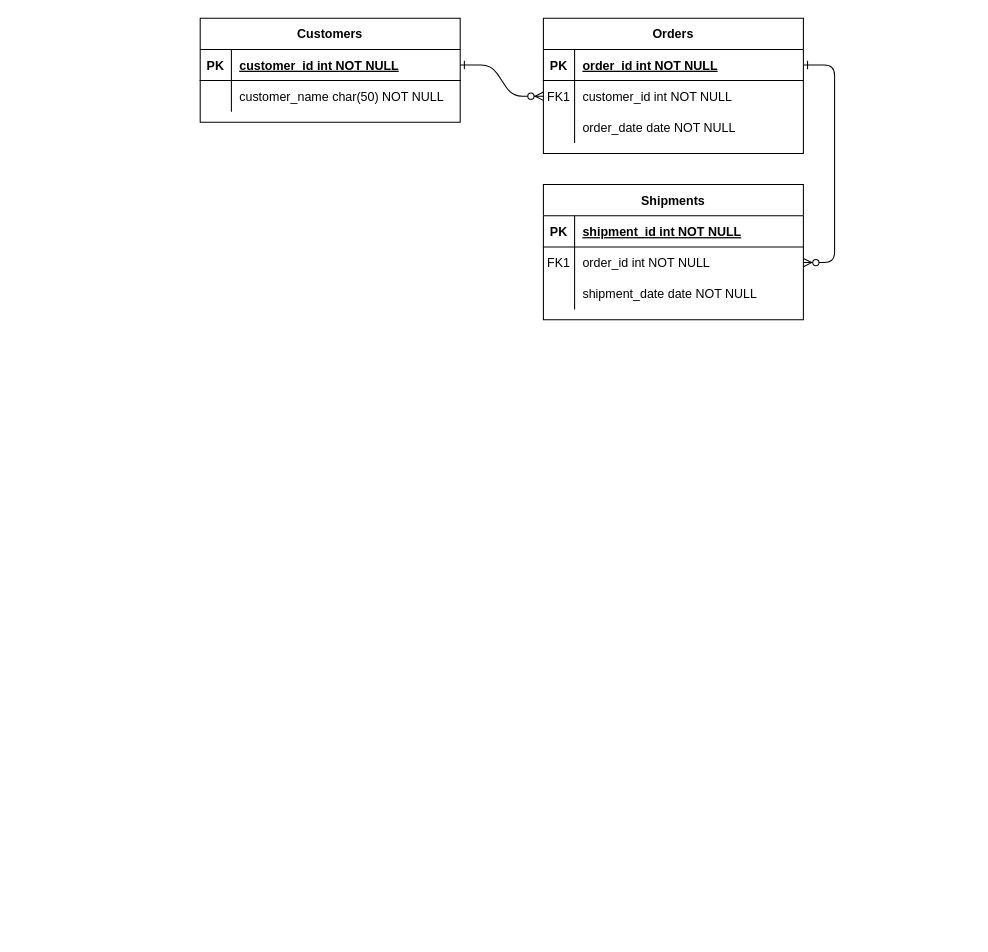
This is Untitled Diagram.drawio from SeunghoonSeunghoon/My_results, a draw.io file, before an edit. Source tidied: cells renumbered, new cells numbered last; positions are measured from the earlier drawing's top-left corner, leaving out a move shared by most shapes. Both pictures are drawn from the tidied source at 104%, with x=0, y=0 at pixel (200, 18).
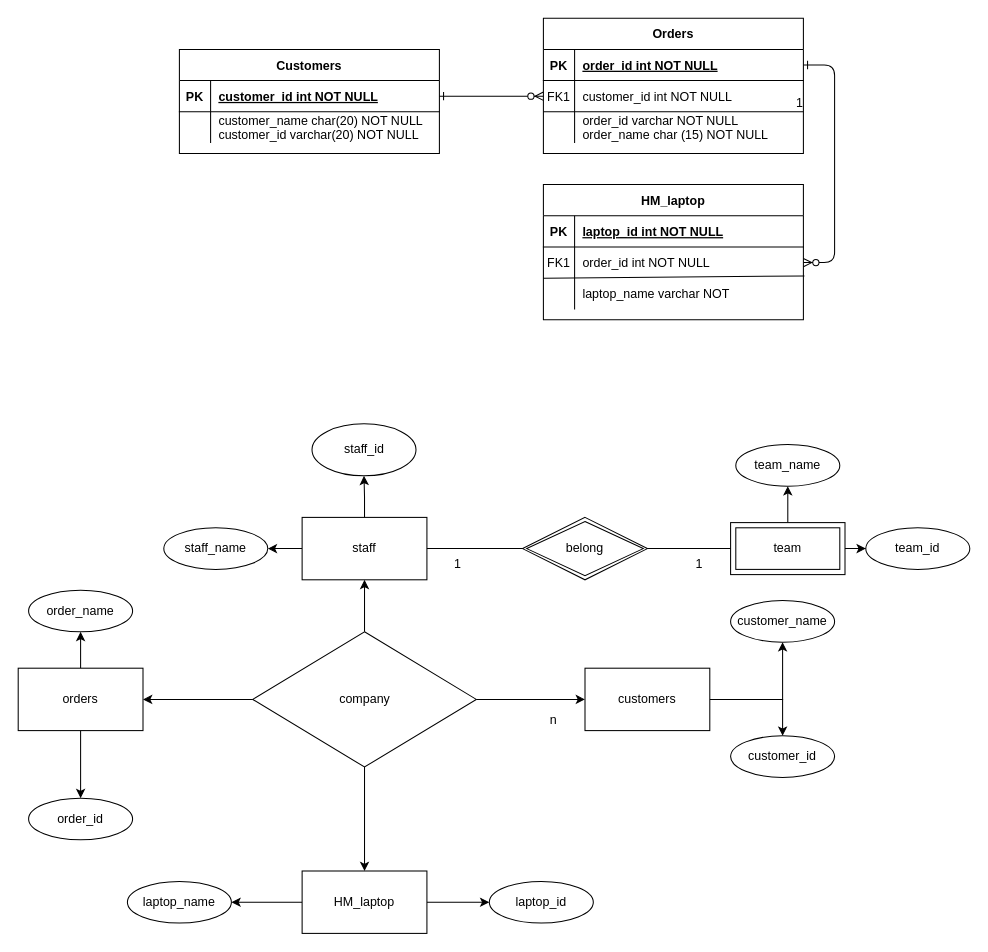
The same page after the edit.

The change refers to these unchanged cells:
```xml
<mxCell id="11" style="shape=partialRectangle;fillColor=none;top=0;left=0;right=0;bottom=0;" parent="4" vertex="1">
  <mxGeometry y="90" width="250" height="30" as="geometry" />
</mxCell>
<mxCell id="15" style="shape=partialRectangle;fillColor=none;top=0;left=0;right=0;bottom=1;" parent="14" vertex="1">
  <mxGeometry y="30" width="250" height="30" as="geometry" />
</mxCell>
<mxCell id="21" style="shape=partialRectangle;fillColor=none;points=[[0,0.5],[1,0.5]];portConstraint=eastwest;top=0;left=0;right=0;bottom=0;" parent="14" vertex="1">
  <mxGeometry y="90" width="250" height="30" as="geometry" />
</mxCell>
<mxCell id="28" style="shape=partialRectangle;fillColor=none;top=0;left=0;right=0;bottom=0;" parent="24" vertex="1">
  <mxGeometry y="60" width="250" height="30" as="geometry" />
</mxCell>
```

Diff of the diagram source:
```diff
@@
-    <mxCell id="13" value="order_date date NOT NULL" style="shape=partialRectangle;overflow=hidden;fillColor=none;top=0;left=0;bottom=0;right=0;align=left;spacingLeft=6;" parent="11" vertex="1">
+    <mxCell id="13" value="order_id varchar NOT NULL&#10;order_name char (15) NOT NULL" style="shape=partialRectangle;overflow=hidden;fillColor=none;top=0;left=0;bottom=0;right=0;align=left;spacingLeft=6;" parent="11" vertex="1">
       <mxGeometry x="30" width="220" height="30" as="geometry" />
     </mxCell>
-    <mxCell id="14" value="Shipments" style="shape=table;startSize=30;childLayout=tableLayout;rowLines=0;fontStyle=1;align=center;" parent="1" vertex="1">
+    <mxCell id="14" value="HM_laptop" style="shape=table;startSize=30;childLayout=tableLayout;rowLines=0;fontStyle=1;align=center;" parent="1" vertex="1">
       <mxGeometry x="330" y="160" width="250" height="130" as="geometry" />
     </mxCell>
@@
-    <mxCell id="17" value="shipment_id int NOT NULL " style="shape=partialRectangle;overflow=hidden;fillColor=none;top=0;left=0;bottom=0;right=0;align=left;spacingLeft=6;fontStyle=5;" parent="15" vertex="1">
+    <mxCell id="17" value="laptop_id int NOT NULL " style="shape=partialRectangle;overflow=hidden;fillColor=none;top=0;left=0;bottom=0;right=0;align=left;spacingLeft=6;fontStyle=5;" parent="15" vertex="1">
       <mxGeometry x="30" width="220" height="30" as="geometry" />
     </mxCell>
@@
-    <mxCell id="23" value="shipment_date date NOT NULL" style="shape=partialRectangle;overflow=hidden;fillColor=none;top=0;left=0;bottom=0;right=0;align=left;spacingLeft=6;" parent="21" vertex="1">
+    <mxCell id="23" value="laptop_name varchar NOT" style="shape=partialRectangle;overflow=hidden;fillColor=none;top=0;left=0;bottom=0;right=0;align=left;spacingLeft=6;" parent="21" vertex="1">
       <mxGeometry x="30" width="220" height="30" as="geometry" />
     </mxCell>
     <mxCell id="24" value="Customers" style="shape=table;startSize=30;childLayout=tableLayout;rowLines=0;fontStyle=1;align=center;" parent="1" vertex="1">
-      <mxGeometry width="250" height="100" as="geometry" />
+      <mxGeometry x="-20" y="30" width="250" height="100" as="geometry" />
     </mxCell>
@@
-    <mxCell id="30" value="customer_name char(50) NOT NULL" style="shape=partialRectangle;overflow=hidden;fillColor=none;top=0;left=0;bottom=0;right=0;align=left;spacingLeft=6;" parent="28" vertex="1">
+    <mxCell id="30" value="customer_name char(20) NOT NULL&#10;customer_id varchar(20) NOT NULL" style="shape=partialRectangle;overflow=hidden;fillColor=none;top=0;left=0;bottom=0;right=0;align=left;spacingLeft=6;" parent="28" vertex="1">
       <mxGeometry x="30" width="220" height="30" as="geometry" />
     </mxCell>
+    <mxCell id="31" style="edgeStyle=orthogonalEdgeStyle;rounded=0;jettySize=auto;html=1;entryX=0;entryY=0.5;entryDx=0;entryDy=0;" parent="1" edge="1" source="35" target="41">
+      <mxGeometry relative="1" as="geometry" />
+    </mxCell>
+    <mxCell id="32" style="edgeStyle=orthogonalEdgeStyle;rounded=0;jettySize=auto;html=1;exitX=0.5;exitY=0;exitDx=0;exitDy=0;entryX=0.5;entryY=1;entryDx=0;entryDy=0;" parent="1" edge="1" source="35" target="47">
+      <mxGeometry relative="1" as="geometry" />
+    </mxCell>
+    <mxCell id="33" style="edgeStyle=orthogonalEdgeStyle;rounded=0;jettySize=auto;html=1;" parent="1" edge="1" source="35" target="44">
+      <mxGeometry relative="1" as="geometry" />
+    </mxCell>
+    <mxCell id="34" style="edgeStyle=orthogonalEdgeStyle;rounded=0;jettySize=auto;html=1;entryX=1;entryY=0.5;entryDx=0;entryDy=0;" parent="1" edge="1" source="35" target="38">
+      <mxGeometry relative="1" as="geometry" />
+    </mxCell>
+    <mxCell id="35" value="company" style="rhombus;whiteSpace=wrap;html=1;" parent="1" vertex="1">
+      <mxGeometry x="50.5" y="590" width="215" height="130" as="geometry" />
+    </mxCell>
+    <mxCell id="36" style="edgeStyle=orthogonalEdgeStyle;rounded=0;jettySize=auto;html=1;entryX=0.5;entryY=0;entryDx=0;entryDy=0;" parent="1" edge="1" source="38" target="60">
+      <mxGeometry relative="1" as="geometry" />
+    </mxCell>
+    <mxCell id="37" style="edgeStyle=orthogonalEdgeStyle;rounded=0;jettySize=auto;html=1;entryX=0.5;entryY=1;entryDx=0;entryDy=0;" parent="1" edge="1" source="38" target="61">
+      <mxGeometry relative="1" as="geometry" />
+    </mxCell>
+    <mxCell id="38" value="orders" style="rounded=0;whiteSpace=wrap;html=1;" parent="1" vertex="1">
+      <mxGeometry x="-175" y="625" width="120" height="60" as="geometry" />
+    </mxCell>
+    <mxCell id="39" style="edgeStyle=orthogonalEdgeStyle;rounded=0;jettySize=auto;html=1;entryX=0.5;entryY=0;entryDx=0;entryDy=0;" parent="1" edge="1" source="41" target="57">
+      <mxGeometry relative="1" as="geometry" />
+    </mxCell>
+    <mxCell id="40" style="edgeStyle=orthogonalEdgeStyle;rounded=0;jettySize=auto;html=1;entryX=0.5;entryY=1;entryDx=0;entryDy=0;" parent="1" edge="1" source="41" target="59">
+      <mxGeometry relative="1" as="geometry" />
+    </mxCell>
+    <mxCell id="41" value="customers" style="rounded=0;whiteSpace=wrap;html=1;" parent="1" vertex="1">
+      <mxGeometry x="370" y="625" width="120" height="60" as="geometry" />
+    </mxCell>
+    <mxCell id="42" style="edgeStyle=orthogonalEdgeStyle;rounded=0;jettySize=auto;html=1;exitX=0;exitY=0.5;exitDx=0;exitDy=0;entryX=1;entryY=0.5;entryDx=0;entryDy=0;" parent="1" edge="1" source="44" target="62">
+      <mxGeometry relative="1" as="geometry" />
+    </mxCell>
+    <mxCell id="43" style="edgeStyle=orthogonalEdgeStyle;rounded=0;jettySize=auto;html=1;entryX=0;entryY=0.5;entryDx=0;entryDy=0;" parent="1" edge="1" source="44" target="67">
+      <mxGeometry relative="1" as="geometry" />
+    </mxCell>
+    <mxCell id="44" value="HM_laptop" style="rounded=0;whiteSpace=wrap;html=1;" parent="1" vertex="1">
+      <mxGeometry x="98" y="820" width="120" height="60" as="geometry" />
+    </mxCell>
+    <mxCell id="45" style="edgeStyle=orthogonalEdgeStyle;rounded=0;jettySize=auto;html=1;entryX=0.5;entryY=1;entryDx=0;entryDy=0;" parent="1" edge="1" source="47" target="50">
+      <mxGeometry relative="1" as="geometry" />
+    </mxCell>
+    <mxCell id="46" style="edgeStyle=orthogonalEdgeStyle;rounded=0;jettySize=auto;html=1;entryX=1;entryY=0.5;entryDx=0;entryDy=0;" parent="1" edge="1" source="47" target="66">
+      <mxGeometry relative="1" as="geometry" />
+    </mxCell>
+    <mxCell id="47" value="staff" style="rounded=0;whiteSpace=wrap;html=1;" parent="1" vertex="1">
+      <mxGeometry x="98" y="480" width="120" height="60" as="geometry" />
+    </mxCell>
+    <mxCell id="48" value="1" style="text;html=1;strokeColor=none;fillColor=none;align=center;verticalAlign=middle;whiteSpace=wrap;rounded=0;" parent="1" vertex="1">
+      <mxGeometry x="218" y="510" width="60" height="30" as="geometry" />
+    </mxCell>
+    <mxCell id="49" value="n" style="text;html=1;strokeColor=none;fillColor=none;align=center;verticalAlign=middle;whiteSpace=wrap;rounded=0;" parent="1" vertex="1">
+      <mxGeometry x="310" y="660" width="60" height="30" as="geometry" />
+    </mxCell>
+    <mxCell id="50" value="staff_id" style="ellipse;whiteSpace=wrap;html=1;" parent="1" vertex="1">
+      <mxGeometry x="107.5" y="390" width="100" height="50" as="geometry" />
+    </mxCell>
+    <mxCell id="51" style="edgeStyle=orthogonalEdgeStyle;rounded=0;jettySize=auto;html=1;exitX=1;exitY=0.5;exitDx=0;exitDy=0;endArrow=none;" parent="1" edge="1" source="47" target="52">
+      <mxGeometry relative="1" as="geometry" />
+    </mxCell>
+    <mxCell id="52" value="belong" style="shape=rhombus;double=1;perimeter=rhombusPerimeter;whiteSpace=wrap;html=1;align=center;" parent="1" vertex="1">
+      <mxGeometry x="310" y="480" width="120" height="60" as="geometry" />
+    </mxCell>
+    <mxCell id="53" style="edgeStyle=orthogonalEdgeStyle;rounded=0;jettySize=auto;html=1;entryX=0.5;entryY=1;entryDx=0;entryDy=0;" parent="1" edge="1" source="55" target="63">
+      <mxGeometry relative="1" as="geometry" />
+    </mxCell>
+    <mxCell id="54" style="edgeStyle=orthogonalEdgeStyle;rounded=0;jettySize=auto;html=1;" parent="1" edge="1" source="55" target="65">
+      <mxGeometry relative="1" as="geometry" />
+    </mxCell>
+    <mxCell id="55" value="team" style="shape=ext;margin=3;double=1;whiteSpace=wrap;html=1;align=center;" parent="1" vertex="1">
+      <mxGeometry x="510" y="485" width="110" height="50" as="geometry" />
+    </mxCell>
+    <mxCell id="56" style="endArrow=none;html=1;rounded=0;entryX=0;entryY=0.5;entryDx=0;entryDy=0;exitX=1;exitY=0.5;exitDx=0;exitDy=0;" parent="1" edge="1" source="52" target="55">
+      <mxGeometry relative="1" as="geometry" />
+    </mxCell>
+    <mxCell id="57" value="customer_id" style="ellipse;whiteSpace=wrap;html=1;align=center;" parent="1" vertex="1">
+      <mxGeometry x="510" y="690" width="100" height="40" as="geometry" />
+    </mxCell>
+    <mxCell id="58" style="edgeStyle=orthogonalEdgeStyle;rounded=0;orthogonalLoop=1;jettySize=auto;html=1;exitX=0.5;exitY=1;exitDx=0;exitDy=0;" parent="1" edge="1" source="57" target="57">
+      <mxGeometry relative="1" as="geometry" />
+    </mxCell>
+    <mxCell id="59" value="customer_name" style="ellipse;whiteSpace=wrap;html=1;align=center;" parent="1" vertex="1">
+      <mxGeometry x="510" y="560" width="100" height="40" as="geometry" />
+    </mxCell>
+    <mxCell id="60" value="order_id" style="ellipse;whiteSpace=wrap;html=1;align=center;" parent="1" vertex="1">
+      <mxGeometry x="-165" y="750" width="100" height="40" as="geometry" />
+    </mxCell>
+    <mxCell id="61" value="order_name" style="ellipse;whiteSpace=wrap;html=1;align=center;" parent="1" vertex="1">
+      <mxGeometry x="-165" y="550" width="100" height="40" as="geometry" />
+    </mxCell>
+    <mxCell id="62" value="laptop_name" style="ellipse;whiteSpace=wrap;html=1;align=center;" parent="1" vertex="1">
+      <mxGeometry x="-70" y="830" width="100" height="40" as="geometry" />
+    </mxCell>
+    <mxCell id="63" value="team_name" style="ellipse;whiteSpace=wrap;html=1;align=center;" parent="1" vertex="1">
+      <mxGeometry x="515" y="410" width="100" height="40" as="geometry" />
+    </mxCell>
+    <mxCell id="64" value="1" style="text;html=1;strokeColor=none;fillColor=none;align=center;verticalAlign=middle;whiteSpace=wrap;rounded=0;" parent="1" vertex="1">
+      <mxGeometry x="450" y="510" width="60" height="30" as="geometry" />
+    </mxCell>
+    <mxCell id="65" value="team_id" style="ellipse;whiteSpace=wrap;html=1;align=center;" parent="1" vertex="1">
+      <mxGeometry x="640" y="490" width="100" height="40" as="geometry" />
+    </mxCell>
+    <mxCell id="66" value="staff_name" style="ellipse;whiteSpace=wrap;html=1;align=center;" parent="1" vertex="1">
+      <mxGeometry x="-35" y="490" width="100" height="40" as="geometry" />
+    </mxCell>
+    <mxCell id="67" value="laptop_id" style="ellipse;whiteSpace=wrap;html=1;align=center;" parent="1" vertex="1">
+      <mxGeometry x="278" y="830" width="100" height="40" as="geometry" />
+    </mxCell>
+    <mxCell id="68" style="endArrow=none;html=1;rounded=0;" parent="1" edge="1">
+      <mxGeometry relative="1" as="geometry">
+        <mxPoint x="330" y="90" as="sourcePoint" />
+        <mxPoint x="580" y="90" as="targetPoint" />
+      </mxGeometry>
+    </mxCell>
+    <mxCell id="69" value="1" style="html=1;align=right;verticalAlign=bottom;" parent="68" vertex="1">
+      <mxGeometry x="1" relative="1" as="geometry" />
+    </mxCell>
+    <mxCell id="70" style="endArrow=none;html=1;rounded=0;entryX=1.004;entryY=-0.071;entryDx=0;entryDy=0;entryPerimeter=0;" parent="1" edge="1" target="21">
+      <mxGeometry relative="1" as="geometry">
+        <mxPoint x="330" y="250" as="sourcePoint" />
+      </mxGeometry>
+    </mxCell>
```
